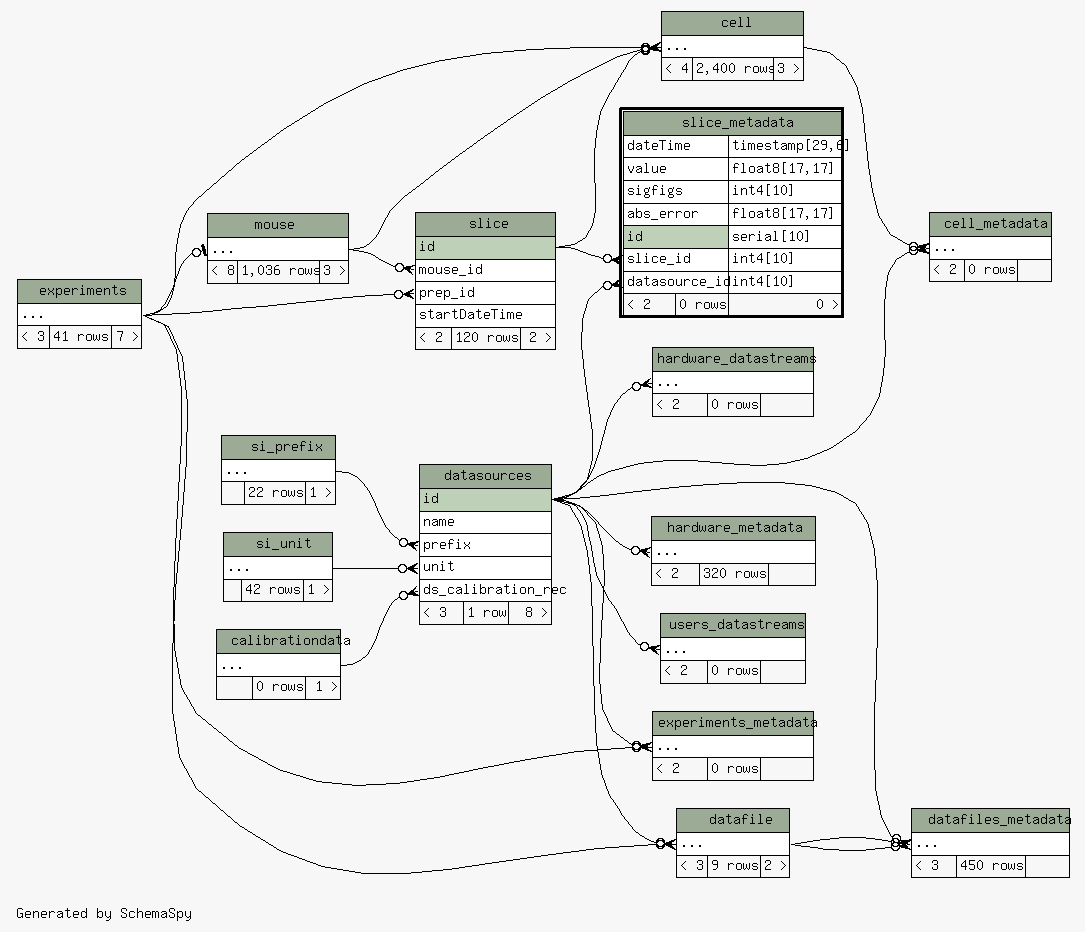
Earlier version of the Graphviz export database/ss/diagrams/slice_metadata.2degrees.png (tgbugs/mlab). Its source is kept beside it as database/ss/diagrams/slice_metadata.2degrees.dot.
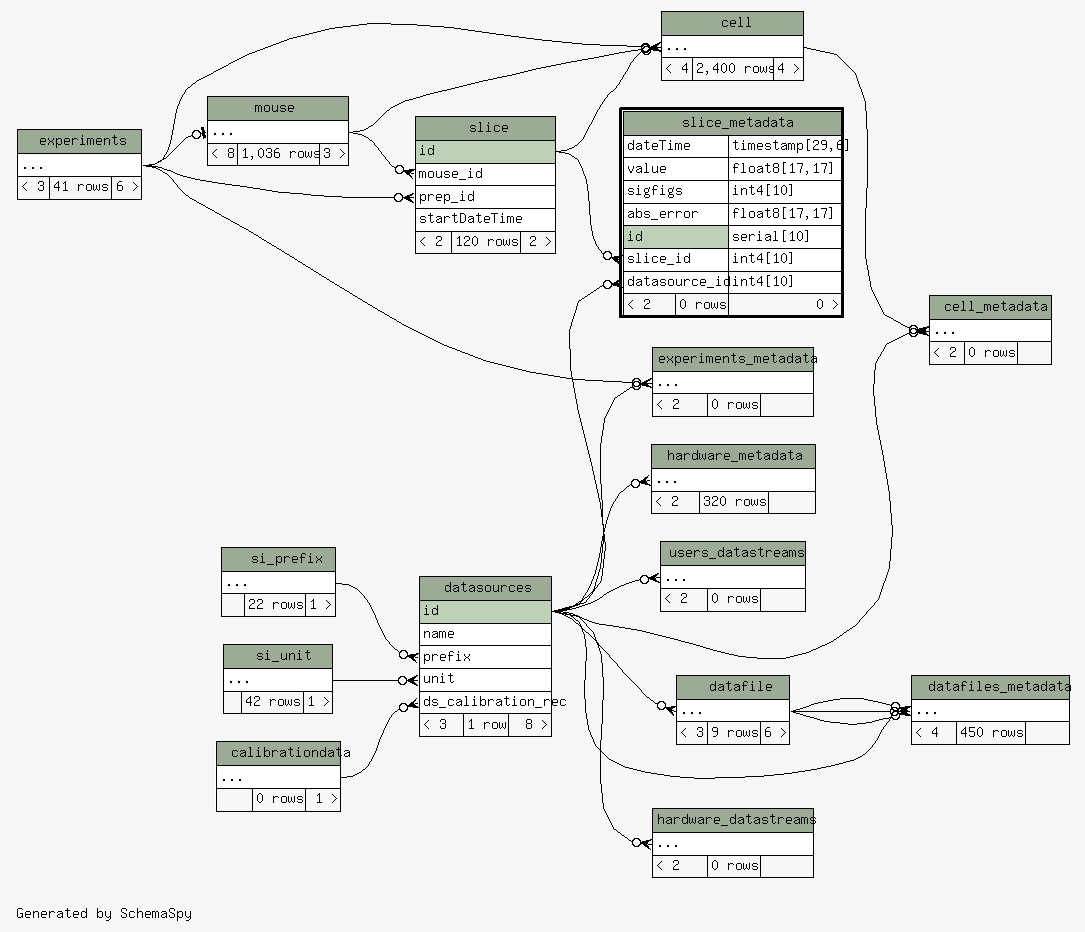
The same diagram one commit later.

Diff of the diagram source:
```diff
@@ -23,8 +23,8 @@
   "cell_metadata":"elipses":w -> "cell":"elipses":e [arrowhead=none dir=back arrowtail=crowodot];
   "cell_metadata":"elipses":w -> "datasources":"id":e [arrowhead=none dir=back arrowtail=crowodot];
   "datafile":"elipses":w -> "datasources":"id":e [arrowhead=none dir=back arrowtail=crowodot];
-  "datafile":"elipses":w -> "experiments":"elipses":e [arrowhead=none dir=back arrowtail=crowodot];
   "datafiles_metadata":"elipses":w -> "datasources":"id":e [arrowhead=none dir=back arrowtail=crowodot];
+  "datafiles_metadata":"elipses":w -> "datafile":"elipses":e [arrowhead=none dir=back arrowtail=crowodot];
   "datafiles_metadata":"elipses":w -> "datafile":"elipses":e [arrowhead=none dir=back arrowtail=crowodot];
   "datafiles_metadata":"elipses":w -> "datafile":"elipses":e [arrowhead=none dir=back arrowtail=crowodot];
   "datasources":"ds_calibration_rec":w -> "calibrationdata":"elipses":e [arrowhead=none dir=back arrowtail=crowodot];
@@ -55,7 +55,7 @@
     <TABLE BORDER="0" CELLBORDER="1" CELLSPACING="0" BGCOLOR="#ffffff">
       <TR><TD COLSPAN="3" BGCOLOR="#9bab96" ALIGN="CENTER">cell</TD></TR>
       <TR><TD PORT="elipses" COLSPAN="3" ALIGN="LEFT">...</TD></TR>
-      <TR><TD ALIGN="LEFT" BGCOLOR="#f7f7f7">&lt; 4</TD><TD ALIGN="RIGHT" BGCOLOR="#f7f7f7">2,400 rows</TD><TD ALIGN="RIGHT" BGCOLOR="#f7f7f7">3 &gt;</TD></TR>
+      <TR><TD ALIGN="LEFT" BGCOLOR="#f7f7f7">&lt; 4</TD><TD ALIGN="RIGHT" BGCOLOR="#f7f7f7">2,400 rows</TD><TD ALIGN="RIGHT" BGCOLOR="#f7f7f7">4 &gt;</TD></TR>
     </TABLE>>
     URL="cell.html"
     tooltip="cell"
@@ -75,7 +75,7 @@
     <TABLE BORDER="0" CELLBORDER="1" CELLSPACING="0" BGCOLOR="#ffffff">
       <TR><TD COLSPAN="3" BGCOLOR="#9bab96" ALIGN="CENTER">datafile</TD></TR>
       <TR><TD PORT="elipses" COLSPAN="3" ALIGN="LEFT">...</TD></TR>
-      <TR><TD ALIGN="LEFT" BGCOLOR="#f7f7f7">&lt; 3</TD><TD ALIGN="RIGHT" BGCOLOR="#f7f7f7">9 rows</TD><TD ALIGN="RIGHT" BGCOLOR="#f7f7f7">2 &gt;</TD></TR>
+      <TR><TD ALIGN="LEFT" BGCOLOR="#f7f7f7">&lt; 3</TD><TD ALIGN="RIGHT" BGCOLOR="#f7f7f7">9 rows</TD><TD ALIGN="RIGHT" BGCOLOR="#f7f7f7">6 &gt;</TD></TR>
     </TABLE>>
     URL="datafile.html"
     tooltip="datafile"
@@ -85,7 +85,7 @@
     <TABLE BORDER="0" CELLBORDER="1" CELLSPACING="0" BGCOLOR="#ffffff">
       <TR><TD COLSPAN="3" BGCOLOR="#9bab96" ALIGN="CENTER">datafiles_metadata</TD></TR>
       <TR><TD PORT="elipses" COLSPAN="3" ALIGN="LEFT">...</TD></TR>
-      <TR><TD ALIGN="LEFT" BGCOLOR="#f7f7f7">&lt; 3</TD><TD ALIGN="RIGHT" BGCOLOR="#f7f7f7">450 rows</TD><TD ALIGN="RIGHT" BGCOLOR="#f7f7f7">  </TD></TR>
+      <TR><TD ALIGN="LEFT" BGCOLOR="#f7f7f7">&lt; 4</TD><TD ALIGN="RIGHT" BGCOLOR="#f7f7f7">450 rows</TD><TD ALIGN="RIGHT" BGCOLOR="#f7f7f7">  </TD></TR>
     </TABLE>>
     URL="datafiles_metadata.html"
     tooltip="datafiles_metadata"
@@ -109,7 +109,7 @@
     <TABLE BORDER="0" CELLBORDER="1" CELLSPACING="0" BGCOLOR="#ffffff">
       <TR><TD COLSPAN="3" BGCOLOR="#9bab96" ALIGN="CENTER">experiments</TD></TR>
       <TR><TD PORT="elipses" COLSPAN="3" ALIGN="LEFT">...</TD></TR>
-      <TR><TD ALIGN="LEFT" BGCOLOR="#f7f7f7">&lt; 3</TD><TD ALIGN="RIGHT" BGCOLOR="#f7f7f7">41 rows</TD><TD ALIGN="RIGHT" BGCOLOR="#f7f7f7">7 &gt;</TD></TR>
+      <TR><TD ALIGN="LEFT" BGCOLOR="#f7f7f7">&lt; 3</TD><TD ALIGN="RIGHT" BGCOLOR="#f7f7f7">41 rows</TD><TD ALIGN="RIGHT" BGCOLOR="#f7f7f7">6 &gt;</TD></TR>
     </TABLE>>
     URL="experiments.html"
     tooltip="experiments"
```
